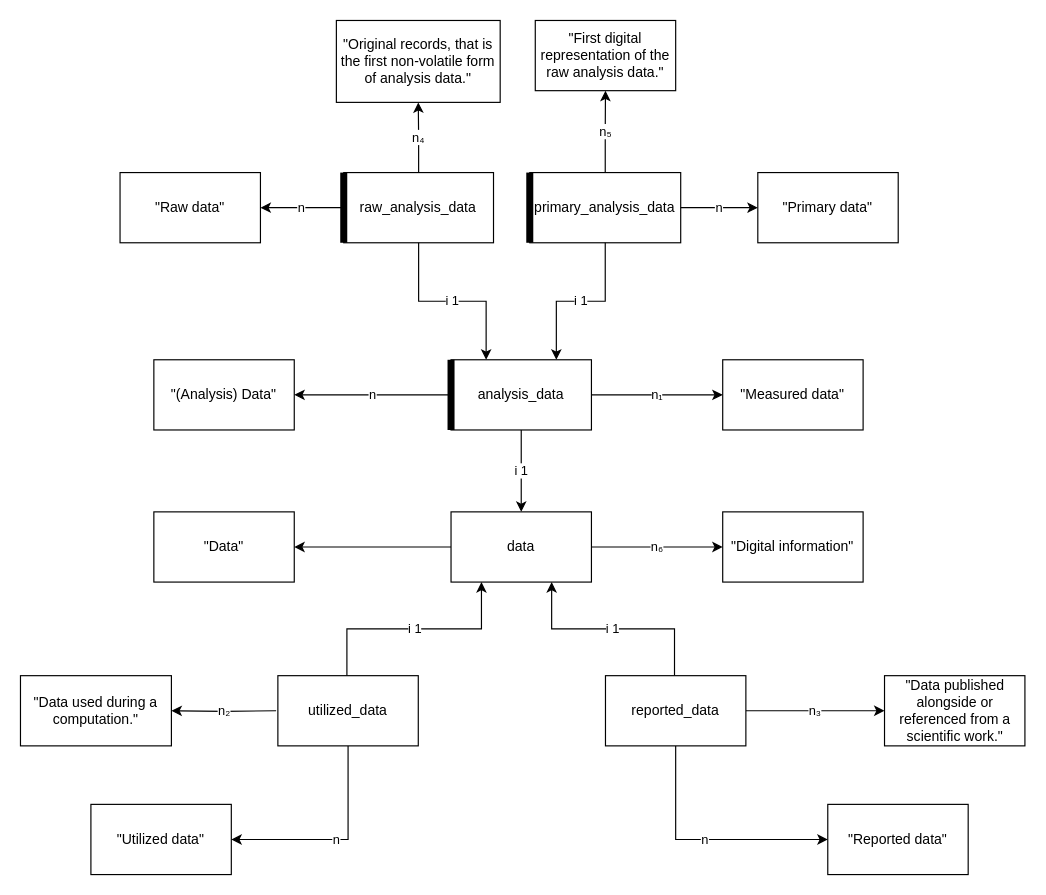
Earlier version of the draw.io diagram page "06-data" (7 of 11) of model-analysis-errors.drawio (nicebread/scientific_errors). Source tidied: cells renumbered, new cells numbered last; positions are measured from the earlier drawing's top-left corner, leaving out a move shared by most shapes. Both pictures are drawn from the tidied source at 117%, with x=0, y=0 at pixel (20, 20).
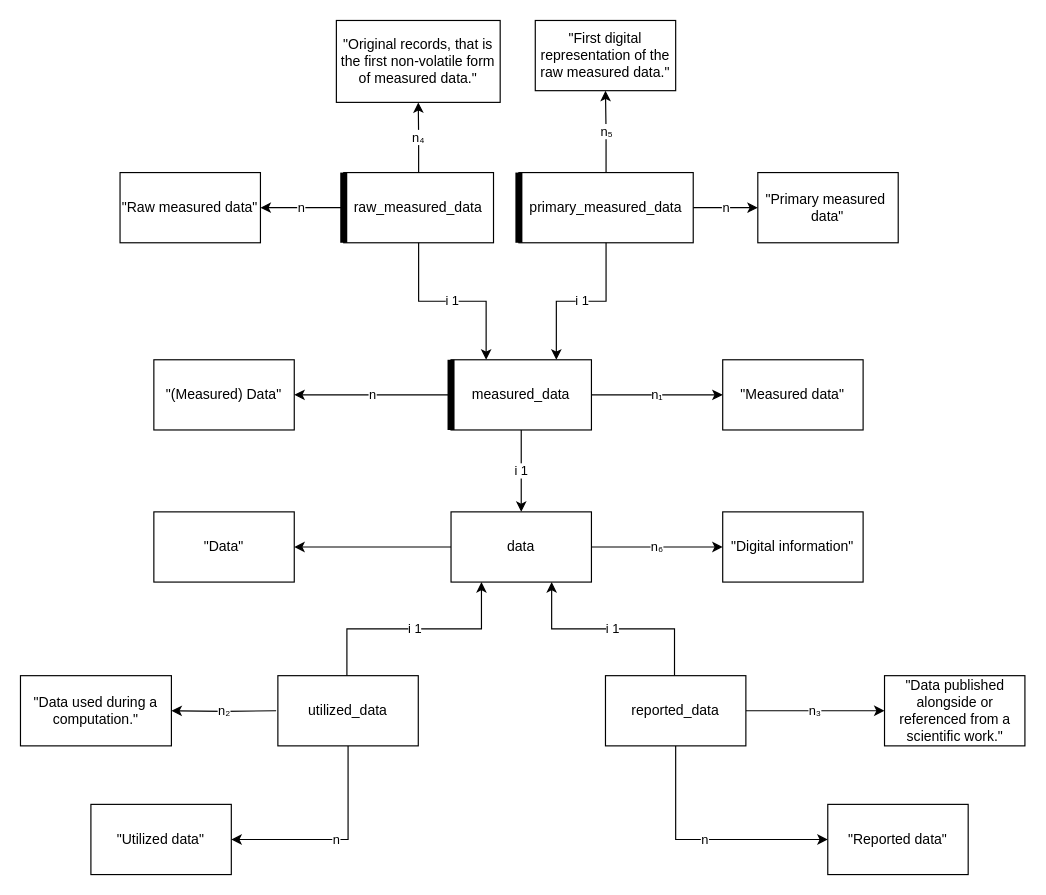
The same page after the edit.

Commit message (it also covers changes not shown here):
Replace "analysis data" by "measured data"

The change refers to these unchanged cells:
```xml
<mxCell id="17" style="group;" parent="1" vertex="1">
  <mxGeometry x="272" y="130" width="128" height="60" as="geometry" />
</mxCell>
<mxCell id="37" style="group;" parent="1" vertex="1">
  <mxGeometry x="368" y="290" width="120" height="60" as="geometry" />
</mxCell>
```

Change to the diagram source:
```diff
@@
-    <mxCell id="8" value="&quot;(Analysis) Data&quot;" style="rounded=0;whiteSpace=wrap;html=1;" parent="1" vertex="1">
+    <mxCell id="8" value="&quot;(Measured) Data&quot;" style="rounded=0;whiteSpace=wrap;html=1;" parent="1" vertex="1">
       <mxGeometry x="114" y="290" width="120" height="60" as="geometry" />
     </mxCell>
@@
-    <mxCell id="10" value="&quot;Original records, that is the first non-volatile form of analysis data.&quot;" style="rounded=0;whiteSpace=wrap;html=1;" parent="1" vertex="1">
+    <mxCell id="10" value="&quot;Original records, that is the first non-volatile form of measured data.&quot;" style="rounded=0;whiteSpace=wrap;html=1;" parent="1" vertex="1">
       <mxGeometry x="270" width="140" height="70" as="geometry" />
     </mxCell>
     <mxCell id="11" style="group;" parent="1" vertex="1">
-      <mxGeometry x="431" y="130" width="129" height="60" as="geometry" />
+      <mxGeometry x="421" y="130" width="149" height="60" as="geometry" />
     </mxCell>
-    <mxCell id="12" value="primary_analysis_data" style="rounded=0;whiteSpace=wrap;html=1;absoluteArcSize=0;" parent="11" vertex="1">
-      <mxGeometry x="4.3" width="129" height="60" as="geometry" />
+    <mxCell id="12" value="primary_measured_data" style="rounded=0;whiteSpace=wrap;html=1;absoluteArcSize=0;" parent="11" vertex="1">
+      <mxGeometry x="5" width="149" height="60" as="geometry" />
     </mxCell>
@@
-    <mxCell id="16" value="&quot;First digital representation of the raw analysis data.&quot;" style="rounded=0;whiteSpace=wrap;html=1;" parent="1" vertex="1">
+    <mxCell id="16" value="&quot;First digital representation of the raw measured data.&quot;" style="rounded=0;whiteSpace=wrap;html=1;" parent="1" vertex="1">
       <mxGeometry x="440" width="120" height="60" as="geometry" />
     </mxCell>
@@
-    <mxCell id="18" value="raw_analysis_data" style="rounded=0;whiteSpace=wrap;html=1;absoluteArcSize=0;" parent="17" vertex="1">
+    <mxCell id="18" value="raw_measured_data" style="rounded=0;whiteSpace=wrap;html=1;absoluteArcSize=0;" parent="17" vertex="1">
       <mxGeometry x="4.3" width="128" height="60" as="geometry" />
     </mxCell>
@@
-    <mxCell id="24" value="&quot;Raw data&quot;" style="rounded=0;whiteSpace=wrap;html=1;" parent="1" vertex="1">
+    <mxCell id="24" value="&quot;Raw measured data&quot;" style="rounded=0;whiteSpace=wrap;html=1;" parent="1" vertex="1">
       <mxGeometry x="85.1" y="130" width="120" height="60" as="geometry" />
     </mxCell>
@@
-    <mxCell id="26" value="&quot;Primary data&quot;" style="rounded=0;whiteSpace=wrap;html=1;" parent="1" vertex="1">
+    <mxCell id="26" value="&quot;Primary measured&amp;nbsp; data&quot;" style="rounded=0;whiteSpace=wrap;html=1;" parent="1" vertex="1">
       <mxGeometry x="630.2" y="130" width="120" height="60" as="geometry" />
     </mxCell>
@@
-    <mxCell id="38" value="analysis_data" style="rounded=0;whiteSpace=wrap;html=1;absoluteArcSize=0;" parent="37" vertex="1">
+    <mxCell id="38" value="measured_data" style="rounded=0;whiteSpace=wrap;html=1;absoluteArcSize=0;" parent="37" vertex="1">
       <mxGeometry width="120" height="60" as="geometry" />
     </mxCell>
```
